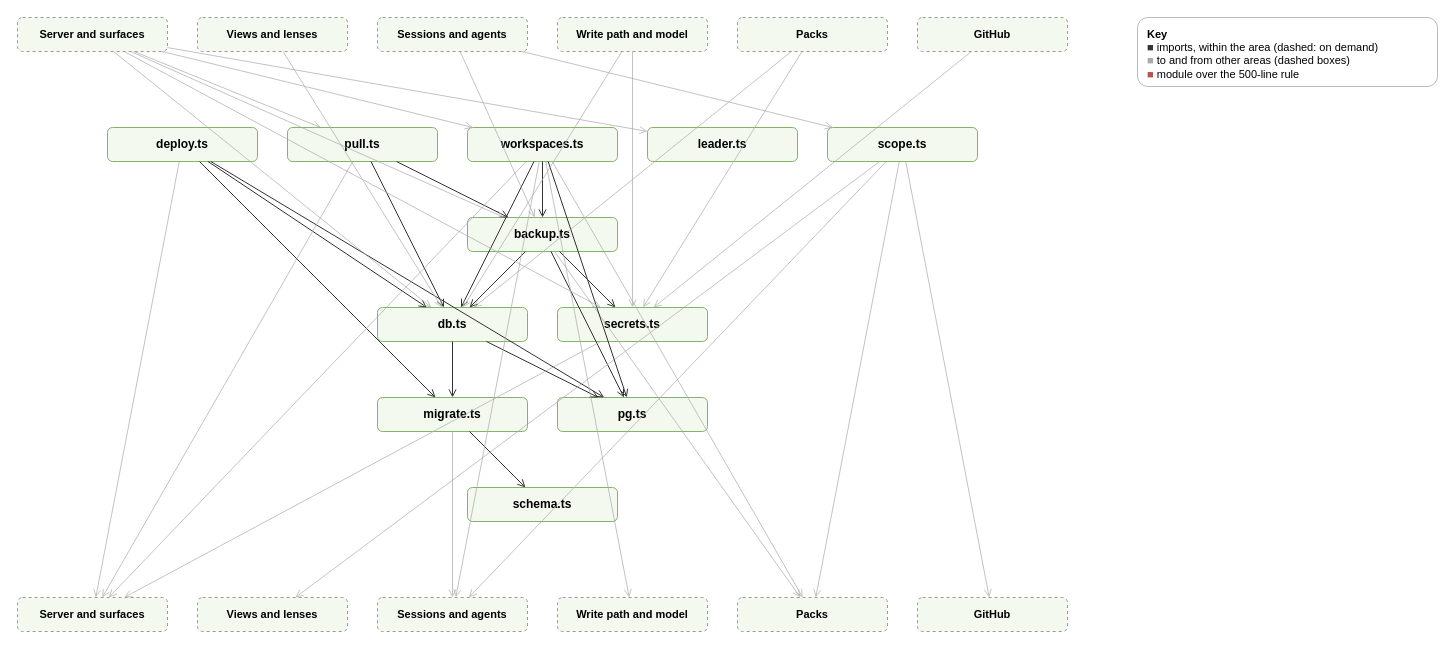
Earlier version of the draw.io diagram page "Server: Database and tenancy" (2 of 19) of docs/diagrams/modules.drawio (AlexReiner98/archipelago). Source tidied: cells renumbered, new cells numbered last; positions are measured from the earlier drawing's top-left corner, leaving out a move shared by most shapes. Both pictures are drawn from the tidied source at 100%, with x=0, y=0 at pixel (17, 17).
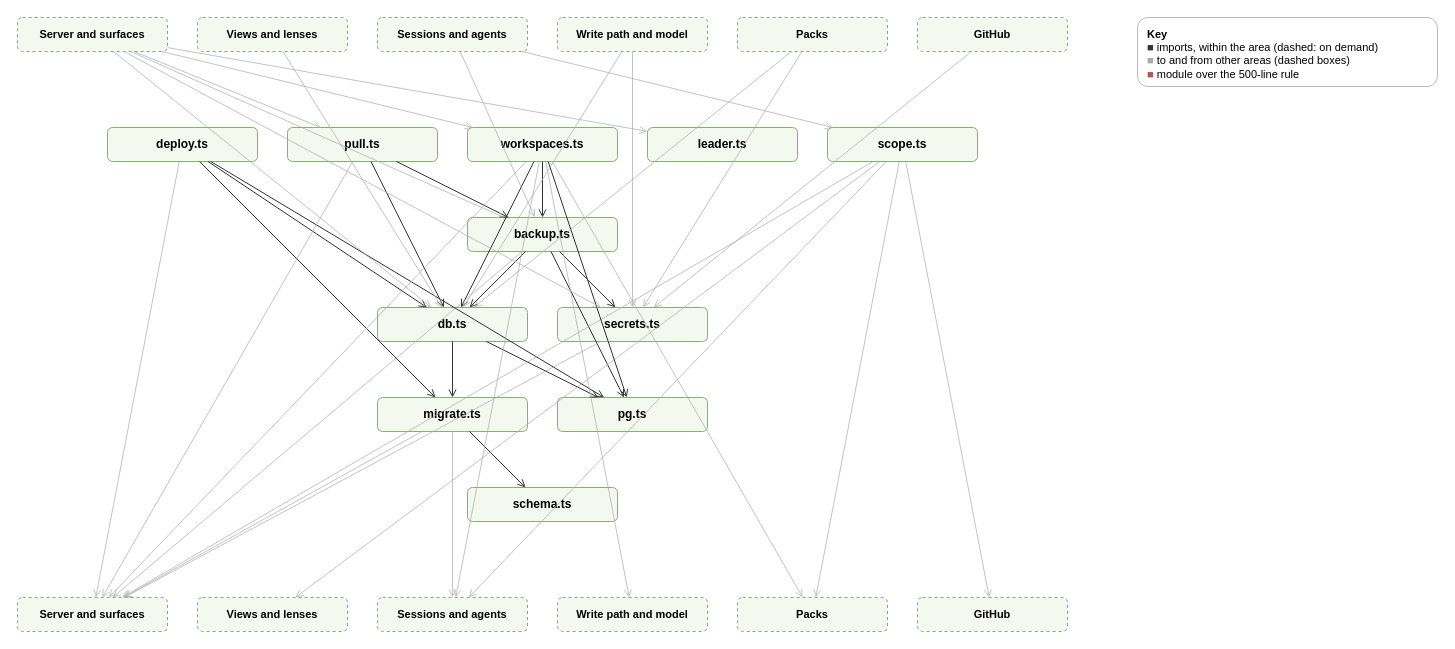
After the change.

Unchanged cells that the change refers to:
```xml
<mxCell id="12" value="scope.ts" style="rounded=1;html=1;whiteSpace=wrap;fontSize=12;fontStyle=1;fillColor=#f3f9ee;strokeColor=#82b366;" parent="1" vertex="1">
  <mxGeometry x="810" y="110" width="150" height="34" as="geometry" />
</mxCell>
<mxCell id="13" value="backup.ts" style="rounded=1;html=1;whiteSpace=wrap;fontSize=12;fontStyle=1;fillColor=#f3f9ee;strokeColor=#82b366;" parent="1" vertex="1">
  <mxGeometry x="450" y="200" width="150" height="34" as="geometry" />
</mxCell>
<mxCell id="16" value="migrate.ts" style="rounded=1;html=1;whiteSpace=wrap;fontSize=12;fontStyle=1;fillColor=#f3f9ee;strokeColor=#82b366;" parent="1" vertex="1">
  <mxGeometry x="360" y="380" width="150" height="34" as="geometry" />
</mxCell>
<mxCell id="19" value="&lt;b&gt;Server and surfaces&lt;/b&gt;" style="rounded=1;html=1;whiteSpace=wrap;dashed=1;fontSize=11;fillColor=#f3f9ee;strokeColor=#999999;" parent="1" vertex="1">
  <mxGeometry y="580" width="150" height="34" as="geometry" />
</mxCell>
<mxCell id="23" value="&lt;b&gt;Packs&lt;/b&gt;" style="rounded=1;html=1;whiteSpace=wrap;dashed=1;fontSize=11;fillColor=#f3f9ee;strokeColor=#999999;" parent="1" vertex="1">
  <mxGeometry x="720" y="580" width="150" height="34" as="geometry" />
</mxCell>
```

What changed in the source:
```diff
@@
-    <mxCell id="29" style="html=1;endArrow=open;strokeColor=#aaaaaa;dashed=0;opacity=70;" parent="1" edge="1" source="13" target="23">
-      <mxGeometry relative="1" as="geometry" />
-    </mxCell>
+    <mxCell id="67" style="html=1;endArrow=open;strokeColor=#aaaaaa;dashed=0;opacity=70;" parent="1" edge="1" source="13" target="19">
+      <mxGeometry relative="1" as="geometry" />
+    </mxCell>
@@
+    <mxCell id="68" style="html=1;endArrow=open;strokeColor=#aaaaaa;dashed=0;opacity=70;" parent="1" edge="1" source="16" target="19">
+      <mxGeometry relative="1" as="geometry" />
+    </mxCell>
@@
+    <mxCell id="69" style="html=1;endArrow=open;strokeColor=#aaaaaa;dashed=0;opacity=70;" parent="1" edge="1" source="12" target="19">
+      <mxGeometry relative="1" as="geometry" />
+    </mxCell>
```
